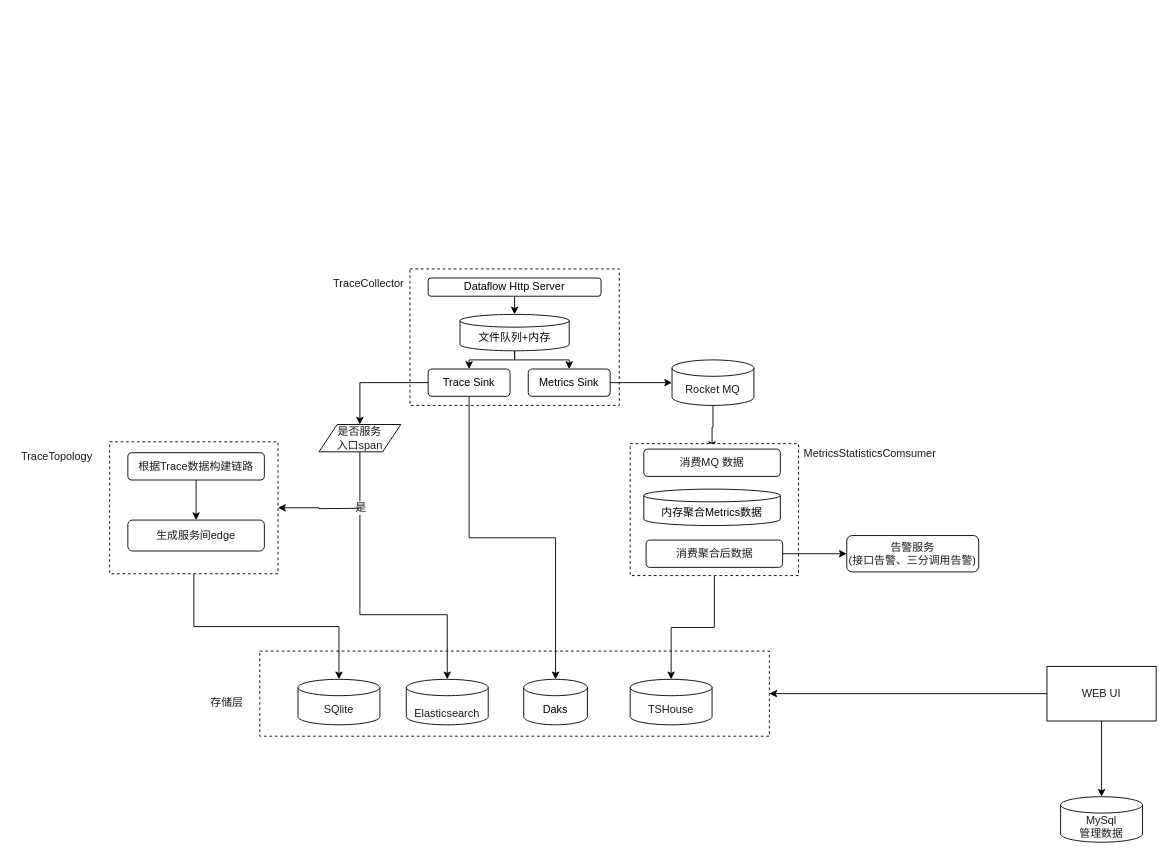
sj842166947/draw keeps this draw.io diagram as Untitled Diagram.drawio. Above is the earlier version. Source tidied: cells renumbered, new cells numbered last; positions are measured from the earlier drawing's top-left corner, leaving out a move shared by most shapes. Both pictures are drawn from the tidied source at 91%, with x=0, y=0 at pixel (15, 268).
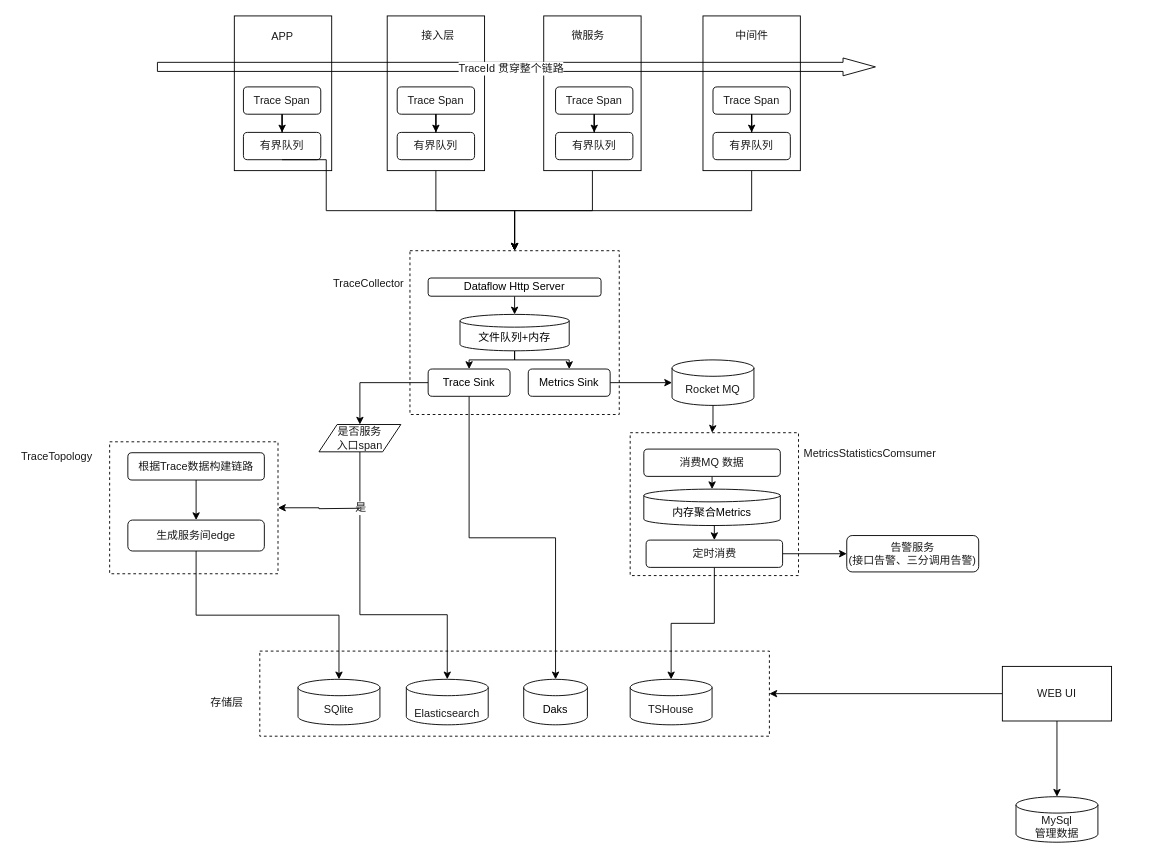
After the change.

Unchanged cells that the change refers to:
```xml
<mxCell id="21" value="&lt;font color=&quot;#1a1a1a&quot;&gt;Rocket MQ&lt;/font&gt;" style="shape=cylinder3;whiteSpace=wrap;html=1;boundedLbl=1;backgroundOutline=1;size=9;" parent="1" vertex="1">
  <mxGeometry x="721" y="100" width="90" height="50" as="geometry" />
</mxCell>
<mxCell id="27" value="消费MQ 数据" style="rounded=1;whiteSpace=wrap;html=1;fontFamily=Helvetica;fontSize=12;fontColor=#1A1A1A;" parent="1" vertex="1">
  <mxGeometry x="690" y="198" width="150" height="30" as="geometry" />
</mxCell>
<mxCell id="31" value="&lt;font color=&quot;#1a1a1a&quot;&gt;TSHouse&lt;/font&gt;" style="shape=cylinder3;whiteSpace=wrap;html=1;boundedLbl=1;backgroundOutline=1;size=9;fillColor=default;" parent="1" vertex="1">
  <mxGeometry x="675" y="451" width="90" height="50" as="geometry" />
</mxCell>
<mxCell id="37" value="生成服务间edge" style="rounded=1;whiteSpace=wrap;html=1;fontFamily=Helvetica;fontSize=12;fontColor=#1A1A1A;fillColor=default;" parent="1" vertex="1">
  <mxGeometry x="123" y="276" width="150" height="34" as="geometry" />
</mxCell>
<mxCell id="38" value="&lt;font color=&quot;#1a1a1a&quot;&gt;SQlite&lt;/font&gt;" style="shape=cylinder3;whiteSpace=wrap;html=1;boundedLbl=1;backgroundOutline=1;size=9;" parent="1" vertex="1">
  <mxGeometry x="310" y="451" width="90" height="50" as="geometry" />
</mxCell>
```

Diff of the diagram source:
```diff
@@
+    <mxCell id="33" style="rounded=0;whiteSpace=wrap;html=1;fontFamily=Helvetica;fontSize=12;fontColor=#1A1A1A;dashed=1;fillColor=none;" parent="1" vertex="1">
+      <mxGeometry x="103" y="190" width="185" height="145" as="geometry" />
+    </mxCell>
@@
-    <mxCell id="3" style="rounded=0;whiteSpace=wrap;html=1;dashed=1;" parent="1" vertex="1">
-      <mxGeometry x="433" width="230" height="150" as="geometry" />
+    <mxCell id="3" style="rounded=0;whiteSpace=wrap;html=1;dashed=1;fillColor=none;" parent="1" vertex="1">
+      <mxGeometry x="433" y="-20" width="230" height="180" as="geometry" />
     </mxCell>
@@
-    <mxCell id="20" style="edgeStyle=orthogonalEdgeStyle;rounded=0;jettySize=auto;html=1;entryX=0.5;entryY=0;entryDx=0;entryDy=0;fontFamily=Helvetica;fontSize=12;fontColor=#1A1A1A;" parent="1" edge="1" source="21" target="27">
-      <mxGeometry relative="1" as="geometry" />
-    </mxCell>
@@
-    <mxCell id="22" style="edgeStyle=orthogonalEdgeStyle;rounded=0;jettySize=auto;html=1;fontFamily=Helvetica;fontSize=12;fontColor=#1A1A1A;exitX=0.5;exitY=1;exitDx=0;exitDy=0;" parent="1" edge="1" source="23" target="31">
+    <mxCell id="22" style="edgeStyle=orthogonalEdgeStyle;rounded=0;jettySize=auto;html=1;fontFamily=Helvetica;fontSize=12;fontColor=#1A1A1A;" parent="1" edge="1" source="30" target="31">
       <mxGeometry relative="1" as="geometry" />
     </mxCell>
-    <mxCell id="23" style="rounded=0;whiteSpace=wrap;html=1;fontFamily=Helvetica;fontSize=12;fontColor=#1A1A1A;dashed=1;" parent="1" vertex="1">
-      <mxGeometry x="675" y="192" width="185" height="145" as="geometry" />
+    <mxCell id="23" style="rounded=0;whiteSpace=wrap;html=1;fontFamily=Helvetica;fontSize=12;fontColor=#1A1A1A;dashed=1;fillColor=none;" parent="1" vertex="1">
+      <mxGeometry x="675" y="180" width="185" height="157" as="geometry" />
     </mxCell>
@@
+    <mxCell id="44" style="edgeStyle=orthogonalEdgeStyle;rounded=0;jettySize=auto;html=1;exitX=0.5;exitY=1;exitDx=0;exitDy=0;entryX=0.5;entryY=0;entryDx=0;entryDy=0;entryPerimeter=0;fontFamily=Helvetica;fontSize=12;fontColor=#1A1A1A;" parent="1" edge="1" source="27" target="28">
+      <mxGeometry relative="1" as="geometry" />
+    </mxCell>
@@
+    <mxCell id="45" style="edgeStyle=orthogonalEdgeStyle;rounded=0;jettySize=auto;html=1;exitX=0.5;exitY=1;exitDx=0;exitDy=0;exitPerimeter=0;entryX=0.5;entryY=0;entryDx=0;entryDy=0;fontFamily=Helvetica;fontSize=12;fontColor=#1A1A1A;" parent="1" edge="1" source="28" target="30">
+      <mxGeometry relative="1" as="geometry" />
+    </mxCell>
-    <mxCell id="28" value="内存聚合Metrics数据" style="shape=cylinder3;whiteSpace=wrap;html=1;boundedLbl=1;backgroundOutline=1;size=7;" parent="1" vertex="1">
+    <mxCell id="28" value="内存聚合Metrics" style="shape=cylinder3;whiteSpace=wrap;html=1;boundedLbl=1;backgroundOutline=1;size=7;" parent="1" vertex="1">
       <mxGeometry x="690" y="242" width="150" height="40" as="geometry" />
     </mxCell>
@@
-    <mxCell id="30" value="消费聚合后数据" style="rounded=1;whiteSpace=wrap;html=1;fontFamily=Helvetica;fontSize=12;fontColor=#1A1A1A;" parent="1" vertex="1">
+    <mxCell id="30" value="定时消费" style="rounded=1;whiteSpace=wrap;html=1;fontFamily=Helvetica;fontSize=12;fontColor=#1A1A1A;" parent="1" vertex="1">
       <mxGeometry x="692.5" y="298" width="150" height="30" as="geometry" />
     </mxCell>
@@
-    <mxCell id="32" style="edgeStyle=orthogonalEdgeStyle;rounded=0;jettySize=auto;html=1;exitX=0.5;exitY=1;exitDx=0;exitDy=0;entryX=0.5;entryY=0;entryDx=0;entryDy=0;entryPerimeter=0;fontFamily=Helvetica;fontSize=12;fontColor=#1A1A1A;" parent="1" edge="1" source="33" target="38">
+    <mxCell id="32" style="edgeStyle=orthogonalEdgeStyle;rounded=0;jettySize=auto;html=1;exitX=0.5;exitY=1;exitDx=0;exitDy=0;entryX=0.5;entryY=0;entryDx=0;entryDy=0;entryPerimeter=0;fontFamily=Helvetica;fontSize=12;fontColor=#1A1A1A;" parent="1" edge="1" source="37" target="38">
       <mxGeometry relative="1" as="geometry" />
     </mxCell>
-    <mxCell id="33" style="rounded=0;whiteSpace=wrap;html=1;fontFamily=Helvetica;fontSize=12;fontColor=#1A1A1A;dashed=1;" parent="1" vertex="1">
-      <mxGeometry x="103" y="190" width="185" height="145" as="geometry" />
-    </mxCell>
@@
     <mxCell id="42" value="WEB UI" style="rounded=0;whiteSpace=wrap;html=1;fontFamily=Helvetica;fontSize=12;fontColor=#1A1A1A;fillColor=default;" parent="1" vertex="1">
-      <mxGeometry x="1133" y="436.8" width="120" height="60" as="geometry" />
+      <mxGeometry x="1084" y="436.8" width="120" height="60" as="geometry" />
     </mxCell>
     <mxCell id="43" value="&lt;font color=&quot;#1a1a1a&quot;&gt;MySql&lt;br&gt;管理数据&lt;br&gt;&lt;/font&gt;" style="shape=cylinder3;whiteSpace=wrap;html=1;boundedLbl=1;backgroundOutline=1;size=9;fillColor=default;" parent="1" vertex="1">
-      <mxGeometry x="1148" y="580" width="90" height="50" as="geometry" />
+      <mxGeometry x="1099" y="580" width="90" height="50" as="geometry" />
     </mxCell>
+    <mxCell id="20" style="edgeStyle=orthogonalEdgeStyle;rounded=0;jettySize=auto;html=1;fontFamily=Helvetica;fontSize=12;fontColor=#1A1A1A;" parent="1" edge="1" source="21">
+      <mxGeometry relative="1" as="geometry">
+        <mxPoint x="765" y="180" as="targetPoint" />
+      </mxGeometry>
+    </mxCell>
+    <mxCell id="46" style="rounded=0;whiteSpace=wrap;html=1;fontFamily=Helvetica;fontSize=12;fontColor=#1A1A1A;fillColor=none;" parent="1" vertex="1">
+      <mxGeometry x="240" y="-278" width="107" height="170" as="geometry" />
+    </mxCell>
+    <mxCell id="47" style="edgeStyle=orthogonalEdgeStyle;rounded=0;jettySize=auto;html=1;exitX=0.5;exitY=1;exitDx=0;exitDy=0;entryX=0.5;entryY=0;entryDx=0;entryDy=0;fontFamily=Helvetica;fontSize=12;fontColor=#1A1A1A;" parent="1" edge="1" source="48" target="3">
+      <mxGeometry relative="1" as="geometry" />
+    </mxCell>
+    <mxCell id="48" style="rounded=0;whiteSpace=wrap;html=1;fontFamily=Helvetica;fontSize=12;fontColor=#1A1A1A;fillColor=none;" parent="1" vertex="1">
+      <mxGeometry x="408" y="-278" width="107" height="170" as="geometry" />
+    </mxCell>
+    <mxCell id="49" style="rounded=0;whiteSpace=wrap;html=1;fontFamily=Helvetica;fontSize=12;fontColor=#1A1A1A;fillColor=none;" parent="1" vertex="1">
+      <mxGeometry x="580" y="-278" width="107" height="170" as="geometry" />
+    </mxCell>
+    <mxCell id="50" style="edgeStyle=orthogonalEdgeStyle;rounded=0;jettySize=auto;html=1;fontFamily=Helvetica;fontSize=12;fontColor=#1A1A1A;exitX=0.5;exitY=1;exitDx=0;exitDy=0;" parent="1" edge="1" source="51" target="3">
+      <mxGeometry relative="1" as="geometry" />
+    </mxCell>
+    <mxCell id="51" style="rounded=0;whiteSpace=wrap;html=1;fontFamily=Helvetica;fontSize=12;fontColor=#1A1A1A;fillColor=none;" parent="1" vertex="1">
+      <mxGeometry x="755" y="-278" width="107" height="170" as="geometry" />
+    </mxCell>
+    <mxCell id="52" value="APP" style="text;strokeColor=none;fillColor=none;align=left;verticalAlign=middle;spacingLeft=4;spacingRight=4;overflow=hidden;fontFamily=Helvetica;fontSize=12;fontColor=#1A1A1A;" parent="1" vertex="1">
+      <mxGeometry x="275" y="-271" width="90" height="30" as="geometry" />
+    </mxCell>
+    <mxCell id="53" value="接入层" style="text;strokeColor=none;fillColor=none;align=left;verticalAlign=middle;spacingLeft=4;spacingRight=4;overflow=hidden;fontFamily=Helvetica;fontSize=12;fontColor=#1A1A1A;" parent="1" vertex="1">
+      <mxGeometry x="440" y="-272" width="90" height="30" as="geometry" />
+    </mxCell>
+    <mxCell id="54" value="微服务" style="text;strokeColor=none;fillColor=none;align=left;verticalAlign=middle;spacingLeft=4;spacingRight=4;overflow=hidden;fontFamily=Helvetica;fontSize=12;fontColor=#1A1A1A;" parent="1" vertex="1">
+      <mxGeometry x="605" y="-272" width="90" height="30" as="geometry" />
+    </mxCell>
+    <mxCell id="55" value="中间件" style="text;strokeColor=none;fillColor=none;align=left;verticalAlign=middle;spacingLeft=4;spacingRight=4;overflow=hidden;fontFamily=Helvetica;fontSize=12;fontColor=#1A1A1A;" parent="1" vertex="1">
+      <mxGeometry x="785" y="-272" width="90" height="30" as="geometry" />
+    </mxCell>
+    <mxCell id="56" style="shape=flexArrow;endArrow=classic;html=1;rounded=0;fontFamily=Helvetica;fontSize=12;fontColor=#1A1A1A;endWidth=8.571428571428571;endSize=11.52857142857143;" parent="1" edge="1">
+      <mxGeometry relative="1" as="geometry">
+        <mxPoint x="155" y="-222" as="sourcePoint" />
+        <mxPoint x="945" y="-222" as="targetPoint" />
+      </mxGeometry>
+    </mxCell>
+    <mxCell id="57" value="TraceId 贯穿整个链路" style="edgeLabel;html=1;align=center;verticalAlign=middle;fontSize=12;fontFamily=Helvetica;fontColor=#1A1A1A;" parent="56" vertex="1">
+      <mxGeometry x="-0.28" y="-1" relative="1" as="geometry">
+        <mxPoint x="104" as="offset" />
+      </mxGeometry>
+    </mxCell>
+    <mxCell id="58" style="edgeStyle=orthogonalEdgeStyle;rounded=0;jettySize=auto;html=1;exitX=0.5;exitY=1;exitDx=0;exitDy=0;fontFamily=Helvetica;fontSize=12;fontColor=#1A1A1A;" parent="1" edge="1" source="59" target="61">
+      <mxGeometry relative="1" as="geometry" />
+    </mxCell>
+    <mxCell id="59" value="Trace Span" style="rounded=1;whiteSpace=wrap;html=1;fontFamily=Helvetica;fontSize=12;fontColor=#1A1A1A;fillColor=none;" parent="1" vertex="1">
+      <mxGeometry x="250" y="-200" width="85" height="30" as="geometry" />
+    </mxCell>
+    <mxCell id="60" style="edgeStyle=orthogonalEdgeStyle;rounded=0;jettySize=auto;html=1;exitX=0.5;exitY=1;exitDx=0;exitDy=0;entryX=0.5;entryY=0;entryDx=0;entryDy=0;fontFamily=Helvetica;fontSize=12;fontColor=#1A1A1A;" parent="1" edge="1" source="61" target="3">
+      <mxGeometry relative="1" as="geometry">
+        <Array as="points">
+          <mxPoint x="341" y="-64" />
+          <mxPoint x="548" y="-64" />
+        </Array>
+      </mxGeometry>
+    </mxCell>
+    <mxCell id="61" value="有界队列" style="rounded=1;whiteSpace=wrap;html=1;fontFamily=Helvetica;fontSize=12;fontColor=#1A1A1A;fillColor=none;" parent="1" vertex="1">
+      <mxGeometry x="250" y="-150" width="85" height="30" as="geometry" />
+    </mxCell>
+    <mxCell id="62" style="edgeStyle=orthogonalEdgeStyle;rounded=0;jettySize=auto;html=1;exitX=0.5;exitY=1;exitDx=0;exitDy=0;fontFamily=Helvetica;fontSize=12;fontColor=#1A1A1A;" parent="1" edge="1" source="63" target="64">
+      <mxGeometry relative="1" as="geometry" />
+    </mxCell>
+    <mxCell id="63" value="Trace Span" style="rounded=1;whiteSpace=wrap;html=1;fontFamily=Helvetica;fontSize=12;fontColor=#1A1A1A;fillColor=none;" parent="1" vertex="1">
+      <mxGeometry x="419" y="-200" width="85" height="30" as="geometry" />
+    </mxCell>
+    <mxCell id="64" value="有界队列" style="rounded=1;whiteSpace=wrap;html=1;fontFamily=Helvetica;fontSize=12;fontColor=#1A1A1A;fillColor=none;" parent="1" vertex="1">
+      <mxGeometry x="419" y="-150" width="85" height="30" as="geometry" />
+    </mxCell>
+    <mxCell id="65" style="edgeStyle=orthogonalEdgeStyle;rounded=0;jettySize=auto;html=1;exitX=0.5;exitY=1;exitDx=0;exitDy=0;fontFamily=Helvetica;fontSize=12;fontColor=#1A1A1A;" parent="1" edge="1" source="66" target="68">
+      <mxGeometry relative="1" as="geometry" />
+    </mxCell>
+    <mxCell id="66" value="Trace Span" style="rounded=1;whiteSpace=wrap;html=1;fontFamily=Helvetica;fontSize=12;fontColor=#1A1A1A;fillColor=none;" parent="1" vertex="1">
+      <mxGeometry x="593" y="-200" width="85" height="30" as="geometry" />
+    </mxCell>
+    <mxCell id="67" style="edgeStyle=orthogonalEdgeStyle;rounded=0;jettySize=auto;html=1;fontFamily=Helvetica;fontSize=12;fontColor=#1A1A1A;exitX=0.5;exitY=1;exitDx=0;exitDy=0;entryX=0.5;entryY=0;entryDx=0;entryDy=0;" parent="1" edge="1" source="49" target="3">
+      <mxGeometry relative="1" as="geometry" />
+    </mxCell>
+    <mxCell id="68" value="有界队列" style="rounded=1;whiteSpace=wrap;html=1;fontFamily=Helvetica;fontSize=12;fontColor=#1A1A1A;fillColor=none;" parent="1" vertex="1">
+      <mxGeometry x="593" y="-150" width="85" height="30" as="geometry" />
+    </mxCell>
+    <mxCell id="69" style="edgeStyle=orthogonalEdgeStyle;rounded=0;jettySize=auto;html=1;exitX=0.5;exitY=1;exitDx=0;exitDy=0;fontFamily=Helvetica;fontSize=12;fontColor=#1A1A1A;" parent="1" edge="1" source="70" target="71">
+      <mxGeometry relative="1" as="geometry" />
+    </mxCell>
+    <mxCell id="70" value="Trace Span" style="rounded=1;whiteSpace=wrap;html=1;fontFamily=Helvetica;fontSize=12;fontColor=#1A1A1A;fillColor=none;" parent="1" vertex="1">
+      <mxGeometry x="766" y="-200" width="85" height="30" as="geometry" />
+    </mxCell>
+    <mxCell id="71" value="有界队列" style="rounded=1;whiteSpace=wrap;html=1;fontFamily=Helvetica;fontSize=12;fontColor=#1A1A1A;fillColor=none;" parent="1" vertex="1">
+      <mxGeometry x="766" y="-150" width="85" height="30" as="geometry" />
+    </mxCell>
```
